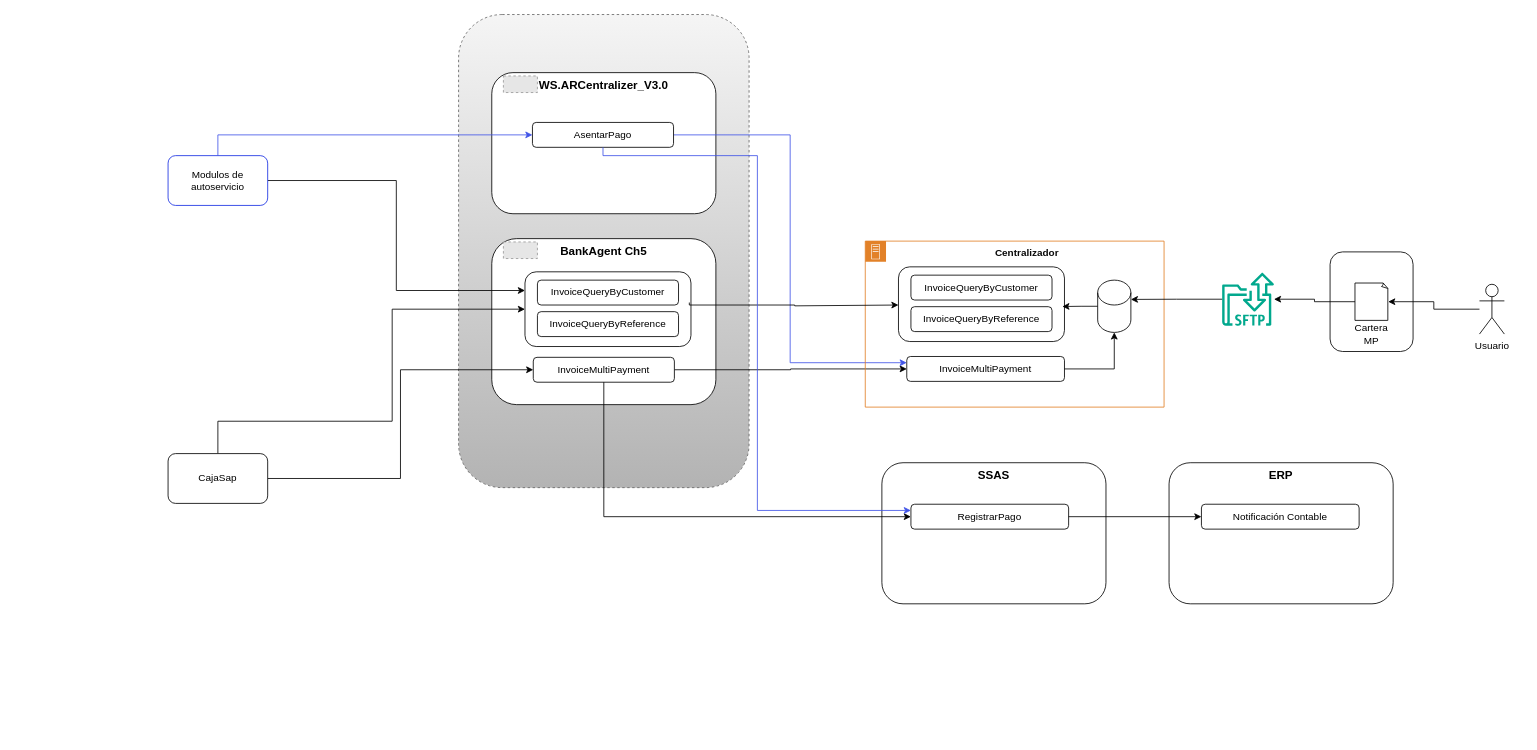
The draw.io diagram page "Page-1" (1 of 2) of MedicinaPrepagada.drawio in carlosvalderrama1204/diagrams, before the edit. Source tidied: cells renumbered, new cells numbered last; positions are measured from the earlier drawing's top-left corner, leaving out a move shared by most shapes. Both pictures are drawn from the tidied source at 83%, with x=0, y=0 at pixel (168, 14). Pictures stored in the file or linked from it are replaced by grey dashed boxes.
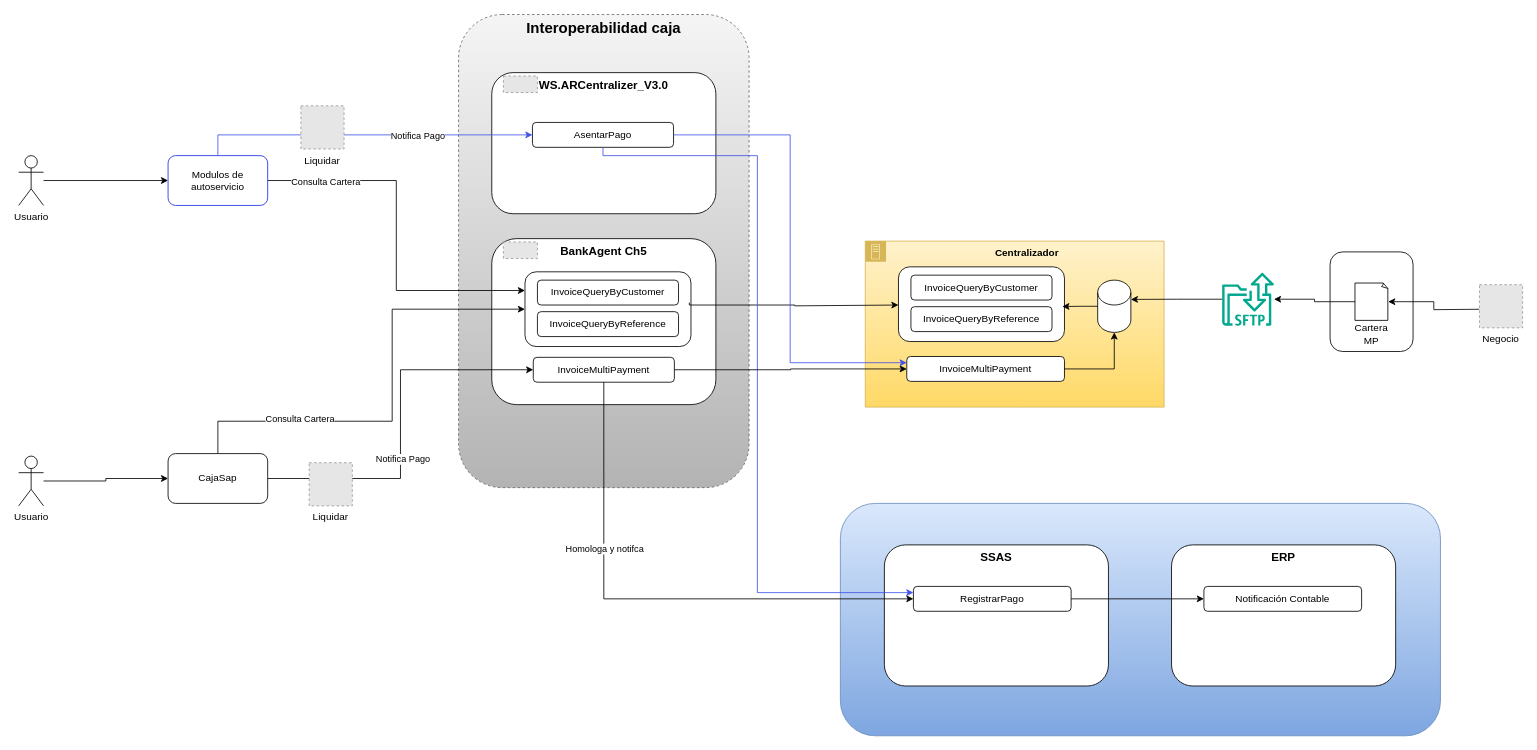
The same page after the edit.

The change refers to these unchanged cells:
```xml
<mxCell id="7" value="InvoiceMultiPayment" style="rounded=1;whiteSpace=wrap;html=1;" parent="1" vertex="1">
  <mxGeometry x="440" y="413" width="170" height="30" as="geometry" />
</mxCell>
<mxCell id="10" style="edgeStyle=orthogonalEdgeStyle;rounded=0;jettySize=auto;html=1;entryX=0;entryY=0.25;entryDx=0;entryDy=0;" parent="1" edge="1" source="11" target="4">
  <mxGeometry relative="1" as="geometry" />
</mxCell>
<mxCell id="11" value="Modulos de autoservicio" style="rounded=1;whiteSpace=wrap;html=1;strokeColor=light-dark(#182fe2, #ededed);" parent="1" vertex="1">
  <mxGeometry y="170" width="120" height="60" as="geometry" />
</mxCell>
<mxCell id="13" style="edgeStyle=orthogonalEdgeStyle;rounded=0;jettySize=auto;html=1;entryX=0;entryY=0.5;entryDx=0;entryDy=0;" parent="1" edge="1" source="14" target="7">
  <mxGeometry relative="1" as="geometry" />
</mxCell>
<mxCell id="14" value="CajaSap" style="rounded=1;whiteSpace=wrap;html=1;" parent="1" vertex="1">
  <mxGeometry y="529" width="120" height="60" as="geometry" />
</mxCell>
<mxCell id="18" value="AsentarPago" style="rounded=1;whiteSpace=wrap;html=1;" parent="1" vertex="1">
  <mxGeometry x="439" y="130" width="170" height="30" as="geometry" />
</mxCell>
<mxCell id="22" value="InvoiceMultiPayment" style="rounded=1;whiteSpace=wrap;html=1;" parent="1" vertex="1">
  <mxGeometry x="890" y="412" width="190" height="30" as="geometry" />
</mxCell>
<mxCell id="27" style="whiteSpace=wrap;html=1;shape=mxgraph.basic.document;" parent="1" vertex="1">
  <mxGeometry x="1430" y="323.5" width="40" height="45" as="geometry" />
</mxCell>
<mxCell id="39" style="edgeStyle=orthogonalEdgeStyle;rounded=0;jettySize=auto;html=1;entryX=0;entryY=0.5;entryDx=0;entryDy=0;strokeColor=light-dark(#4154e7, #ededed);" parent="1" edge="1" source="11" target="18">
  <mxGeometry relative="1" as="geometry">
    <Array as="points">
      <mxPoint x="60" y="145" />
    </Array>
  </mxGeometry>
</mxCell>
```

The edit, as a diff of the source:
```diff
@@
+    <mxCell id="44" style="rounded=1;whiteSpace=wrap;html=1;fillColor=#dae8fc;gradientColor=#7ea6e0;strokeColor=#6c8ebf;" parent="1" vertex="1">
+      <mxGeometry x="810" y="589" width="723" height="280" as="geometry" />
+    </mxCell>
-    <mxCell id="2" style="rounded=1;whiteSpace=wrap;html=1;dashed=1;fillColor=#f5f5f5;strokeColor=#666666;gradientColor=#b3b3b3;" parent="1" vertex="1">
+    <mxCell id="2" value="&lt;font style=&quot;font-size: 18px;&quot;&gt;Interoperabilidad caja&lt;/font&gt;" style="rounded=1;whiteSpace=wrap;html=1;dashed=1;fillColor=#f5f5f5;strokeColor=#666666;gradientColor=#b3b3b3;verticalAlign=top;fontStyle=1;" parent="1" vertex="1">
       <mxGeometry x="350" width="350" height="570" as="geometry" />
     </mxCell>
@@
-    <mxCell id="6" style="edgeStyle=orthogonalEdgeStyle;rounded=0;jettySize=auto;html=1;entryX=0;entryY=0.5;entryDx=0;entryDy=0;" parent="1" edge="1" source="7" target="22">
-      <mxGeometry relative="1" as="geometry" />
-    </mxCell>
@@
+    <mxCell id="45" value="Consulta Cartera" style="edgeLabel;html=1;align=center;verticalAlign=middle;" parent="10" vertex="1">
+      <mxGeometry x="-0.69" y="-1" relative="1" as="geometry" />
+    </mxCell>
@@
+    <mxCell id="46" value="Notifica Pago" style="edgeLabel;html=1;align=center;verticalAlign=middle;" parent="13" vertex="1">
+      <mxGeometry x="-0.18" y="-2" relative="1" as="geometry">
+        <mxPoint y="1" as="offset" />
+      </mxGeometry>
+    </mxCell>
@@
-    <mxCell id="17" style="edgeStyle=orthogonalEdgeStyle;rounded=0;jettySize=auto;html=1;entryX=0;entryY=0.25;entryDx=0;entryDy=0;strokeColor=light-dark(#4154e7, #ededed);" parent="1" edge="1" source="18" target="22">
-      <mxGeometry relative="1" as="geometry" />
-    </mxCell>
@@
-    <mxCell id="19" value="Centralizador" style="sketch=0;gradientColor=none;html=1;whiteSpace=wrap;fontSize=12;fontStyle=1;shape=mxgraph.aws4.group;grIcon=mxgraph.aws4.group_on_premise;strokeColor=light-dark(#e28128, #72777f);fillColor=none;verticalAlign=top;align=center;spacingLeft=30;fontColor=light-dark(#0a0a0a, #72777f);dashed=0;" parent="1" vertex="1">
+    <mxCell id="19" value="Centralizador" style="sketch=0;gradientColor=#ffd966;html=1;whiteSpace=wrap;fontSize=12;fontStyle=1;shape=mxgraph.aws4.group;grIcon=mxgraph.aws4.group_on_premise;strokeColor=#d6b656;fillColor=#fff2cc;verticalAlign=top;align=center;spacingLeft=30;dashed=0;" parent="1" vertex="1">
       <mxGeometry x="840" y="273" width="360" height="200" as="geometry" />
     </mxCell>
@@
-    <mxCell id="32" style="edgeStyle=orthogonalEdgeStyle;rounded=0;jettySize=auto;html=1;" parent="1" edge="1" source="33" target="27">
-      <mxGeometry relative="1" as="geometry" />
+    <mxCell id="32" style="edgeStyle=orthogonalEdgeStyle;rounded=0;jettySize=auto;html=1;" parent="1" edge="1" target="27">
+      <mxGeometry relative="1" as="geometry">
+        <mxPoint x="1580" y="355.1" as="sourcePoint" />
+      </mxGeometry>
     </mxCell>
-    <mxCell id="33" value="Usuario" style="shape=umlActor;verticalLabelPosition=bottom;verticalAlign=top;html=1;outlineConnect=0;" parent="1" vertex="1">
-      <mxGeometry x="1580" y="325" width="30" height="60" as="geometry" />
-    </mxCell>
@@
     <mxCell id="36" value="SSAS" style="rounded=1;whiteSpace=wrap;html=1;verticalAlign=top;fontStyle=1;fontSize=14;" parent="1" vertex="1">
-      <mxGeometry x="860" y="540" width="270" height="170" as="geometry" />
+      <mxGeometry x="863" y="639" width="270" height="170" as="geometry" />
     </mxCell>
     <mxCell id="37" value="RegistrarPago" style="rounded=1;whiteSpace=wrap;html=1;" parent="1" vertex="1">
-      <mxGeometry x="895" y="590" width="190" height="30" as="geometry" />
+      <mxGeometry x="898" y="689" width="190" height="30" as="geometry" />
     </mxCell>
     <mxCell id="38" style="edgeStyle=orthogonalEdgeStyle;rounded=0;jettySize=auto;html=1;entryX=0;entryY=0.5;entryDx=0;entryDy=0;" parent="1" edge="1" source="7" target="37">
       <mxGeometry relative="1" as="geometry">
         <Array as="points">
-          <mxPoint x="525" y="605" />
+          <mxPoint x="525" y="704" />
         </Array>
       </mxGeometry>
     </mxCell>
+    <mxCell id="47" value="Homologa y notifca" style="edgeLabel;html=1;align=center;verticalAlign=middle;" parent="38" vertex="1">
+      <mxGeometry x="-0.37" relative="1" as="geometry" />
+    </mxCell>
@@
+    <mxCell id="48" value="Notifica Pago" style="edgeLabel;html=1;align=center;verticalAlign=middle;" parent="39" vertex="1">
+      <mxGeometry x="0.2" y="1" relative="1" as="geometry">
+        <mxPoint x="23" y="1" as="offset" />
+      </mxGeometry>
+    </mxCell>
     <mxCell id="40" style="edgeStyle=orthogonalEdgeStyle;rounded=0;jettySize=auto;html=1;entryX=0;entryY=0.25;entryDx=0;entryDy=0;strokeColor=light-dark(#4154e7, #ededed);" parent="1" edge="1" source="18" target="37">
       <mxGeometry relative="1" as="geometry">
         <Array as="points">
           <mxPoint x="524" y="170" />
           <mxPoint x="710" y="170" />
-          <mxPoint x="710" y="598" />
+          <mxPoint x="710" y="696" />
         </Array>
       </mxGeometry>
     </mxCell>
     <mxCell id="41" value="ERP" style="rounded=1;whiteSpace=wrap;html=1;verticalAlign=top;fontStyle=1;fontSize=14;" parent="1" vertex="1">
-      <mxGeometry x="1206" y="540" width="270" height="170" as="geometry" />
+      <mxGeometry x="1209" y="639" width="270" height="170" as="geometry" />
     </mxCell>
     <mxCell id="42" value="Notificación Contable" style="rounded=1;whiteSpace=wrap;html=1;" parent="1" vertex="1">
-      <mxGeometry x="1245" y="590" width="190" height="30" as="geometry" />
+      <mxGeometry x="1248" y="689" width="190" height="30" as="geometry" />
     </mxCell>
@@
+    <mxCell id="6" style="edgeStyle=orthogonalEdgeStyle;rounded=0;jettySize=auto;html=1;entryX=0;entryY=0.5;entryDx=0;entryDy=0;" parent="1" edge="1" source="7" target="22">
+      <mxGeometry relative="1" as="geometry" />
+    </mxCell>
+    <mxCell id="17" style="edgeStyle=orthogonalEdgeStyle;rounded=0;jettySize=auto;html=1;entryX=0;entryY=0.25;entryDx=0;entryDy=0;strokeColor=light-dark(#4154e7, #ededed);" parent="1" edge="1" source="18" target="22">
+      <mxGeometry relative="1" as="geometry" />
+    </mxCell>
+    <mxCell id="49" value="Liquidar" style="fillColor=#E6E6E6;strokeColor=#999999;dashed=1;verticalLabelPosition=bottom;labelBackgroundColor=default;verticalAlign=top;" parent="1" vertex="1">
+      <mxGeometry x="170" y="540" width="52" height="52" as="geometry" />
+    </mxCell>
+    <mxCell id="50" value="Liquidar" style="fillColor=#E6E6E6;strokeColor=#999999;dashed=1;verticalLabelPosition=bottom;labelBackgroundColor=default;verticalAlign=top;" parent="1" vertex="1">
+      <mxGeometry x="160" y="110" width="52" height="52" as="geometry" />
+    </mxCell>
+    <mxCell id="51" value="Consulta Cartera" style="edgeLabel;html=1;align=center;verticalAlign=middle;" parent="1" vertex="1">
+      <mxGeometry x="198.2" y="211" as="geometry">
+        <mxPoint x="-40" y="275" as="offset" />
+      </mxGeometry>
+    </mxCell>
+    <mxCell id="52" value="Negocio" style="fillColor=#E6E6E6;strokeColor=#999999;dashed=1;verticalLabelPosition=bottom;labelBackgroundColor=default;verticalAlign=top;" parent="1" vertex="1">
+      <mxGeometry x="1580" y="325.5" width="52" height="52" as="geometry" />
+    </mxCell>
+    <mxCell id="53" style="edgeStyle=orthogonalEdgeStyle;rounded=0;jettySize=auto;html=1;entryX=0;entryY=0.5;entryDx=0;entryDy=0;" parent="1" edge="1" source="54" target="11">
+      <mxGeometry relative="1" as="geometry" />
+    </mxCell>
+    <mxCell id="54" value="Usuario" style="shape=umlActor;verticalLabelPosition=bottom;verticalAlign=top;html=1;outlineConnect=0;" parent="1" vertex="1">
+      <mxGeometry x="-180" y="170" width="30" height="60" as="geometry" />
+    </mxCell>
+    <mxCell id="55" style="edgeStyle=orthogonalEdgeStyle;rounded=0;jettySize=auto;html=1;entryX=0;entryY=0.5;entryDx=0;entryDy=0;" parent="1" edge="1" source="56" target="14">
+      <mxGeometry relative="1" as="geometry" />
+    </mxCell>
+    <mxCell id="56" value="Usuario" style="shape=umlActor;verticalLabelPosition=bottom;verticalAlign=top;html=1;outlineConnect=0;" parent="1" vertex="1">
+      <mxGeometry x="-180" y="532" width="30" height="60" as="geometry" />
+    </mxCell>
```
